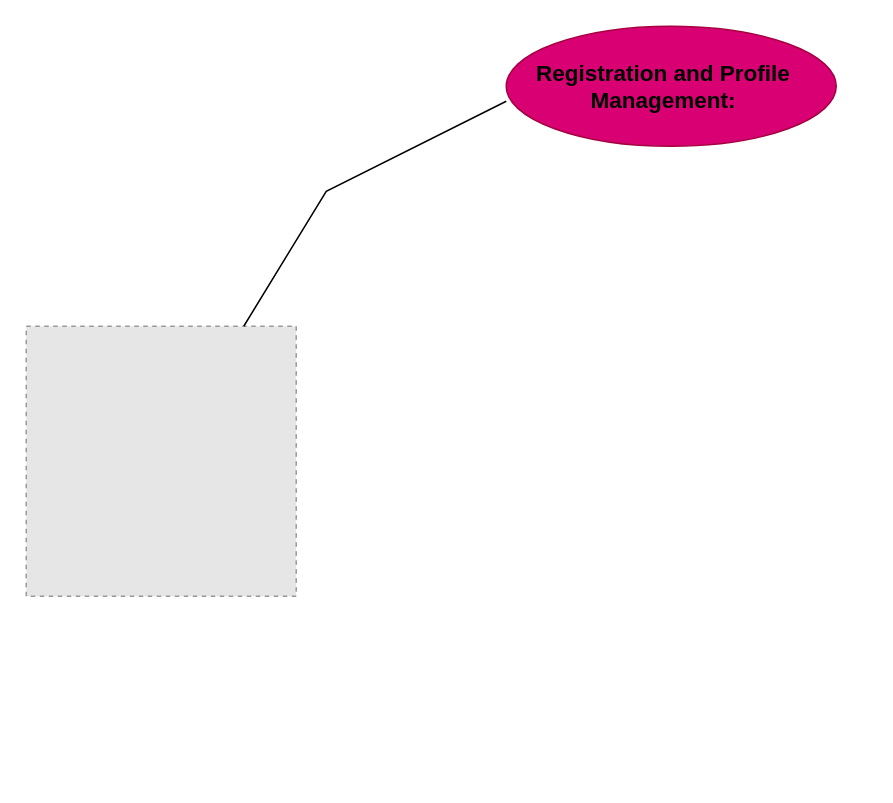
Before: UserCase.drawio in Sahil3M3/Project, a draw.io diagram. Source tidied: cells renumbered, new cells numbered last; positions are measured from the earlier drawing's top-left corner, leaving out a move shared by most shapes. Both pictures are drawn from the tidied source at 150%, with x=0, y=0 at pixel (26, 26). Pictures stored in the file or linked from it are replaced by grey dashed boxes.
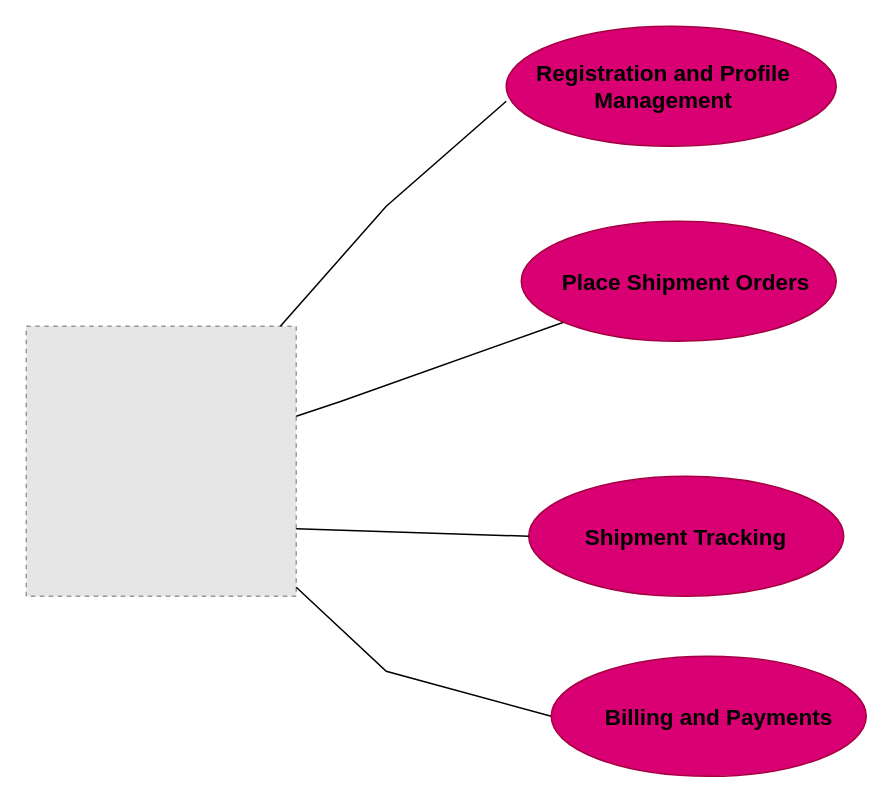
After the change.

The edit, as a diff of the source:
```diff
@@
 <mxGraphModel background="#FFFFFF">
   <root>
     <mxCell id="0" />
     <mxCell id="1" parent="0" />
     <mxCell id="2" style="fillColor=#E6E6E6;strokeColor=#999999;dashed=1;verticalLabelPosition=bottom;labelBackgroundColor=default;verticalAlign=top;" parent="1" vertex="1">
       <mxGeometry y="200" width="180" height="180" as="geometry" />
     </mxCell>
     <mxCell id="3" style="endArrow=none;html=1;rounded=0;" parent="1" edge="1" source="2">
       <mxGeometry relative="1" as="geometry">
         <mxPoint x="320" y="50" as="targetPoint" />
         <Array as="points">
-          <mxPoint x="200" y="110" />
+          <mxPoint x="240" y="120" />
         </Array>
       </mxGeometry>
     </mxCell>
     <mxCell id="4" style="ellipse;whiteSpace=wrap;html=1;fillColor=#d80073;fontColor=#ffffff;strokeColor=#A50040;" parent="1" vertex="1">
       <mxGeometry x="320" width="220" height="80" as="geometry" />
     </mxCell>
-    <mxCell id="5" value="Registration and Profile Management:" style="text;strokeColor=none;align=center;fillColor=none;html=1;verticalAlign=middle;whiteSpace=wrap;rounded=0;fontStyle=1;fontSize=15;" parent="1" vertex="1">
+    <mxCell id="5" value="Registration and Profile Management" style="text;strokeColor=none;align=center;fillColor=none;html=1;verticalAlign=middle;whiteSpace=wrap;rounded=0;fontStyle=1;fontSize=15;" parent="1" vertex="1">
       <mxGeometry x="330" width="190" height="80" as="geometry" />
     </mxCell>
+    <mxCell id="6" style="endArrow=none;html=1;rounded=0;" parent="1" edge="1" source="2" target="7">
+      <mxGeometry relative="1" as="geometry">
+        <Array as="points">
+          <mxPoint x="210" y="250" />
+        </Array>
+      </mxGeometry>
+    </mxCell>
+    <mxCell id="7" style="ellipse;whiteSpace=wrap;html=1;fillColor=#d80073;fontColor=#ffffff;strokeColor=#A50040;" parent="1" vertex="1">
+      <mxGeometry x="330" y="130" width="210" height="80" as="geometry" />
+    </mxCell>
+    <mxCell id="8" value="Place Shipment Orders" style="text;strokeColor=none;align=center;fillColor=none;html=1;verticalAlign=middle;whiteSpace=wrap;rounded=0;fontSize=15;fontStyle=1;" parent="1" vertex="1">
+      <mxGeometry x="340" y="155" width="200" height="30" as="geometry" />
+    </mxCell>
+    <mxCell id="9" style="ellipse;whiteSpace=wrap;html=1;fillColor=#d80073;fontColor=#ffffff;strokeColor=#A50040;" parent="1" vertex="1">
+      <mxGeometry x="335" y="300" width="210" height="80" as="geometry" />
+    </mxCell>
+    <mxCell id="10" style="endArrow=none;html=1;rounded=0;entryX=0;entryY=0.5;entryDx=0;entryDy=0;exitX=1;exitY=0.75;exitDx=0;exitDy=0;" parent="1" edge="1" source="2" target="9">
+      <mxGeometry relative="1" as="geometry" />
+    </mxCell>
+    <mxCell id="11" value="&lt;b&gt;&lt;font style=&quot;font-size: 15px;&quot;&gt;Shipment Tracking&lt;/font&gt;&lt;/b&gt;" style="text;strokeColor=none;align=center;fillColor=none;html=1;verticalAlign=middle;whiteSpace=wrap;rounded=0;" parent="1" vertex="1">
+      <mxGeometry x="350" y="300" width="180" height="80" as="geometry" />
+    </mxCell>
+    <mxCell id="12" style="endArrow=none;html=1;rounded=0;" parent="1" edge="1" source="2">
+      <mxGeometry relative="1" as="geometry">
+        <mxPoint x="350" y="460" as="targetPoint" />
+        <Array as="points">
+          <mxPoint x="240" y="430" />
+        </Array>
+      </mxGeometry>
+    </mxCell>
+    <mxCell id="13" style="ellipse;whiteSpace=wrap;html=1;fillColor=#d80073;fontColor=#ffffff;strokeColor=#A50040;" parent="1" vertex="1">
+      <mxGeometry x="350" y="420" width="210" height="80" as="geometry" />
+    </mxCell>
+    <mxCell id="14" value="&lt;b&gt;&lt;font style=&quot;font-size: 15px;&quot;&gt;Billing and Payments&lt;/font&gt;&lt;/b&gt;" style="text;strokeColor=none;align=center;fillColor=none;html=1;verticalAlign=middle;whiteSpace=wrap;rounded=0;" parent="1" vertex="1">
+      <mxGeometry x="382.5" y="442.5" width="157.5" height="35" as="geometry" />
+    </mxCell>
   </root>
 </mxGraphModel>
```
